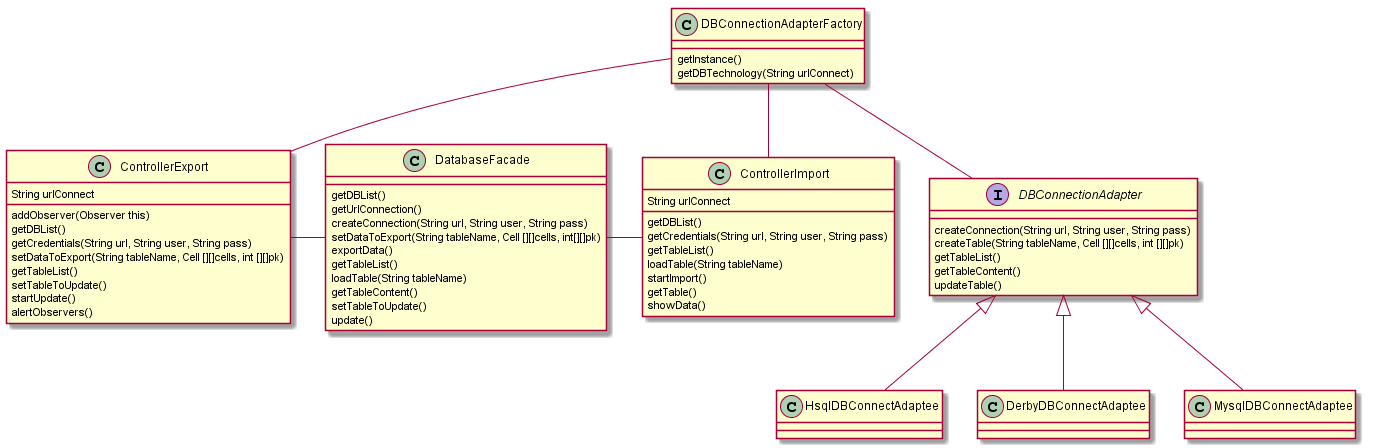
Earlier version of the PlantUML export src/csheets/ext/database/docs/class_diagram_persistance.png (askpt/LAPR4).
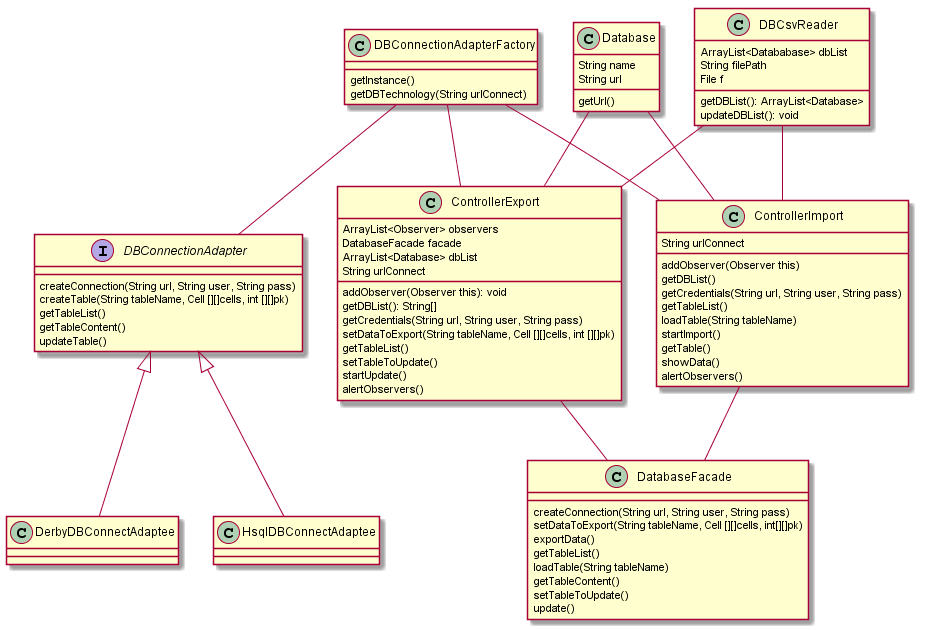
The same file after the commit.

Commit message:
1111168: small update on persistence class diagram ref #5 #9 #10

Change to the diagram source:
```diff
@@ -2,21 +2,28 @@
 interface DBConnectionAdapter
 DBConnectionAdapter <|-- HsqlDBConnectAdaptee
 DBConnectionAdapter <|-- DerbyDBConnectAdaptee
-DBConnectionAdapter <|-- MysqlDBConnectAdaptee
 DBConnectionAdapterFactory -- ControllerExport
 DBConnectionAdapterFactory -- ControllerImport
-ControllerExport - DatabaseFacade
-ControllerImport - DatabaseFacade
+ControllerExport -- DatabaseFacade
+ControllerImport -- DatabaseFacade
 DBConnectionAdapterFactory -- DBConnectionAdapter
-ControllerExport: addObserver(Observer this)
+DBCsvReader -- ControllerExport
+Database -- ControllerExport
+DBCsvReader -- ControllerImport
+Database -- ControllerImport
+ControllerExport: ArrayList<Observer> observers
+ControllerExport: DatabaseFacade facade
+ControllerExport: ArrayList<Database> dbList
+ControllerExport: addObserver(Observer this): void
 ControllerExport: String urlConnect
-ControllerExport: getDBList()
+ControllerExport: getDBList(): String[]
 ControllerExport: getCredentials(String url, String user, String pass)
 ControllerExport: setDataToExport(String tableName, Cell [][]cells, int [][]pk)
 ControllerExport: getTableList()
 ControllerExport: setTableToUpdate()
 ControllerExport: startUpdate()
 ControllerExport: alertObservers()
+ControllerImport: addObserver(Observer this)
 ControllerImport: String urlConnect
 ControllerImport: getDBList()
 ControllerImport: getCredentials(String url, String user, String pass)
@@ -25,8 +32,7 @@
 ControllerImport: startImport()
 ControllerImport: getTable()
 ControllerImport: showData()
-DatabaseFacade: getDBList()
-DatabaseFacade: getUrlConnection()
+ControllerImport: alertObservers()
 DatabaseFacade: createConnection(String url, String user, String pass)
 DatabaseFacade: setDataToExport(String tableName, Cell [][]cells, int[][]pk)
 DatabaseFacade: exportData()
@@ -42,4 +48,12 @@
 DBConnectionAdapter: getTableList()
 DBConnectionAdapter: getTableContent()
 DBConnectionAdapter: updateTable()
+DBCsvReader: ArrayList<Datababase> dbList
+DBCsvReader: String filePath
+DBCsvReader: File f
+DBCsvReader: getDBList(): ArrayList<Database>
+DBCsvReader: updateDBList(): void
+Database: String name
+Database: String url
+Database: getUrl()
 @enduml
```
